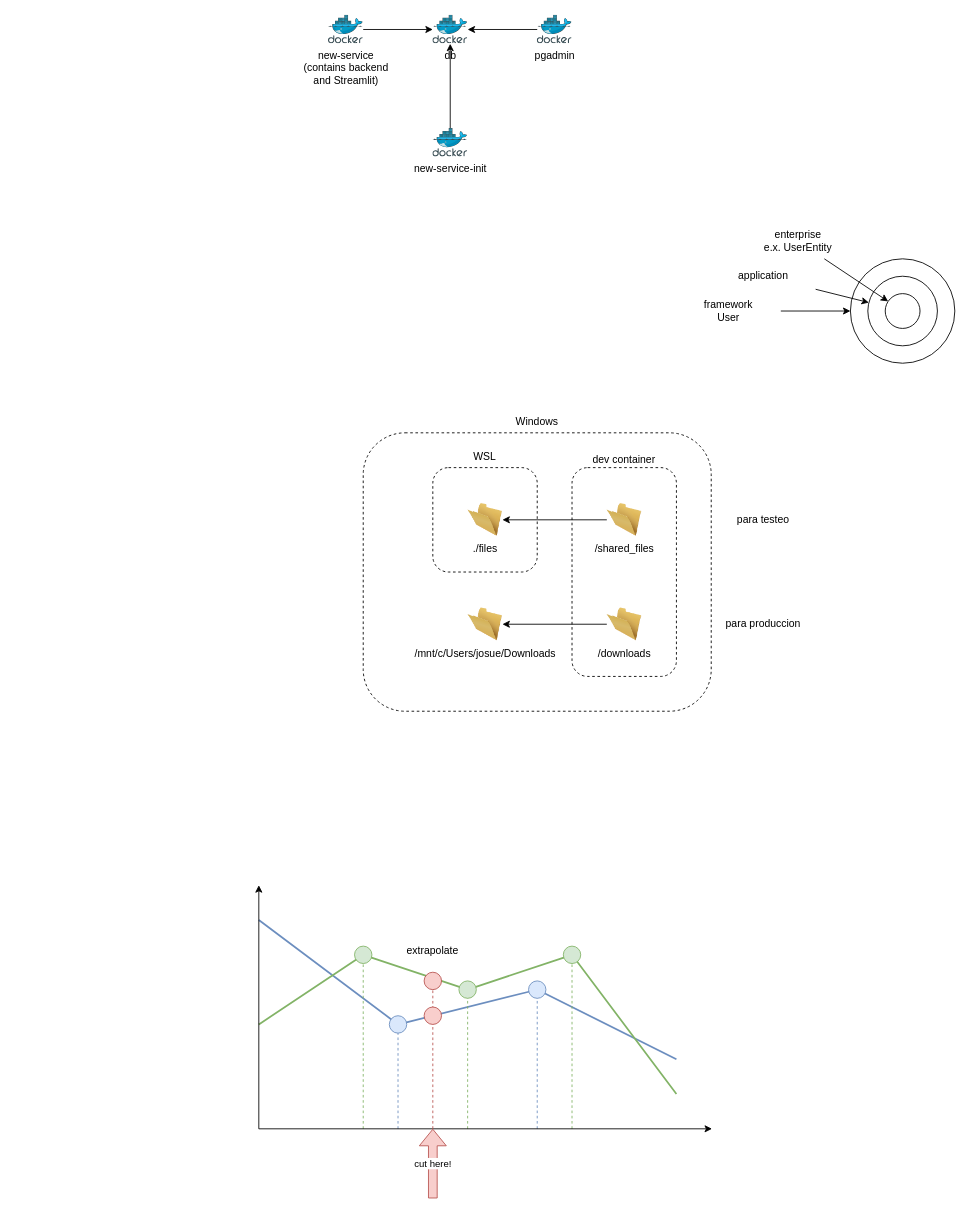
Before: scrum.dio in josueelias9/improving-BCP-organizate, a draw.io diagram. Source tidied: cells renumbered, new cells numbered last; positions are measured from the earlier drawing's top-left corner, leaving out a move shared by most shapes. Both pictures are drawn from the tidied source at 87%, with x=0, y=0 at pixel (258, 15).
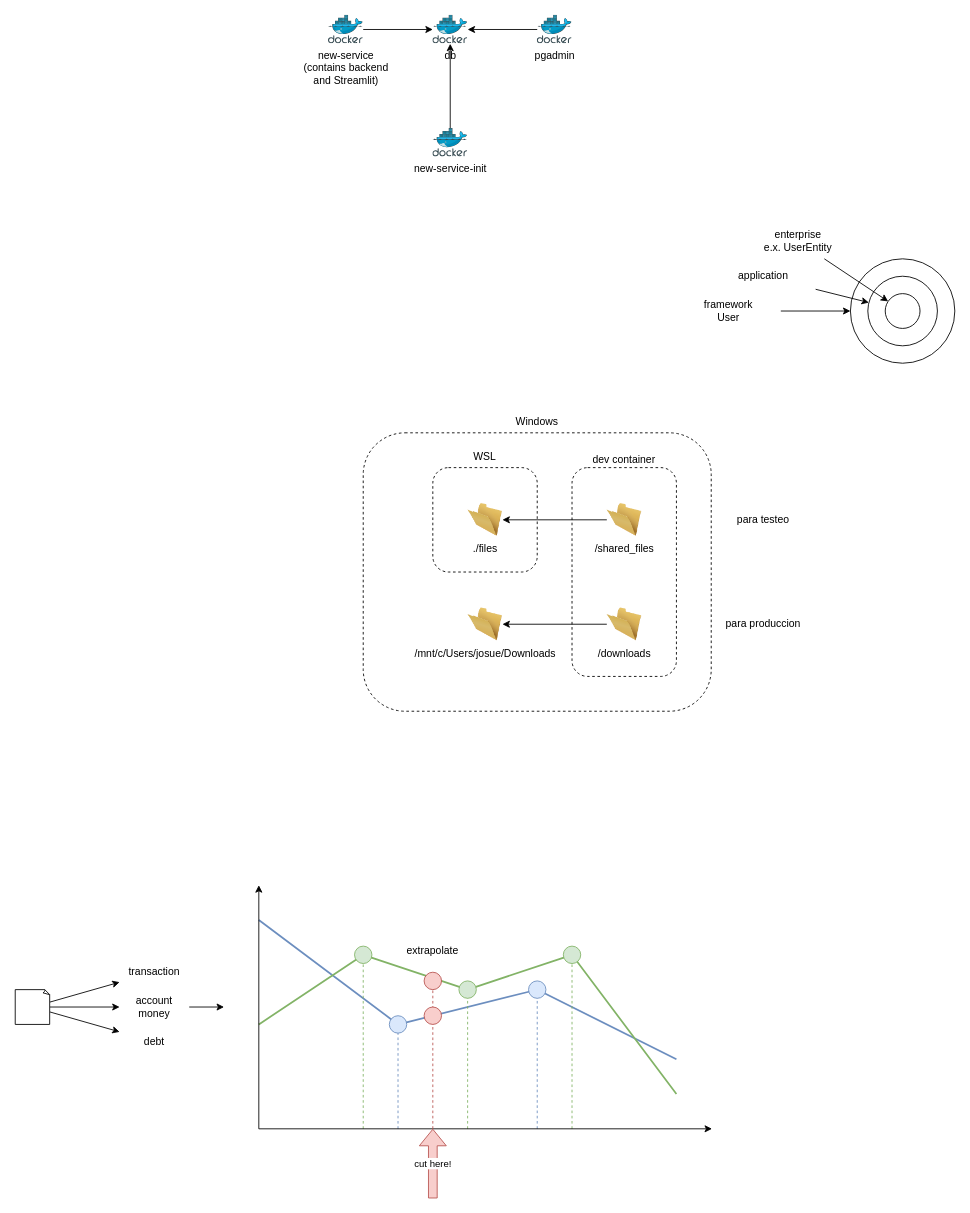
After the change.

What changed in the source:
```diff
@@
+    <mxCell id="48" style="edgeStyle=none;html=1;" parent="1" edge="1" source="51" target="52">
+      <mxGeometry relative="1" as="geometry" />
+    </mxCell>
+    <mxCell id="49" style="edgeStyle=none;html=1;" parent="1" edge="1" source="51" target="54">
+      <mxGeometry relative="1" as="geometry" />
+    </mxCell>
+    <mxCell id="50" style="edgeStyle=none;html=1;" parent="1" edge="1" source="51" target="55">
+      <mxGeometry relative="1" as="geometry" />
+    </mxCell>
+    <mxCell id="51" style="whiteSpace=wrap;html=1;shape=mxgraph.basic.document;" parent="1" vertex="1">
+      <mxGeometry x="-280" y="1120" width="40" height="40" as="geometry" />
+    </mxCell>
+    <mxCell id="52" value="transaction" style="text;html=1;align=center;verticalAlign=middle;whiteSpace=wrap;rounded=0;" parent="1" vertex="1">
+      <mxGeometry x="-160" y="1080" width="80" height="40" as="geometry" />
+    </mxCell>
+    <mxCell id="53" style="edgeStyle=none;html=1;" parent="1" edge="1" source="54">
+      <mxGeometry relative="1" as="geometry">
+        <mxPoint x="-40" y="1140" as="targetPoint" />
+      </mxGeometry>
+    </mxCell>
+    <mxCell id="54" value="account money" style="text;html=1;align=center;verticalAlign=middle;whiteSpace=wrap;rounded=0;" parent="1" vertex="1">
+      <mxGeometry x="-160" y="1120" width="80" height="40" as="geometry" />
+    </mxCell>
+    <mxCell id="55" value="debt" style="text;html=1;align=center;verticalAlign=middle;whiteSpace=wrap;rounded=0;" parent="1" vertex="1">
+      <mxGeometry x="-160" y="1160" width="80" height="40" as="geometry" />
+    </mxCell>
```
